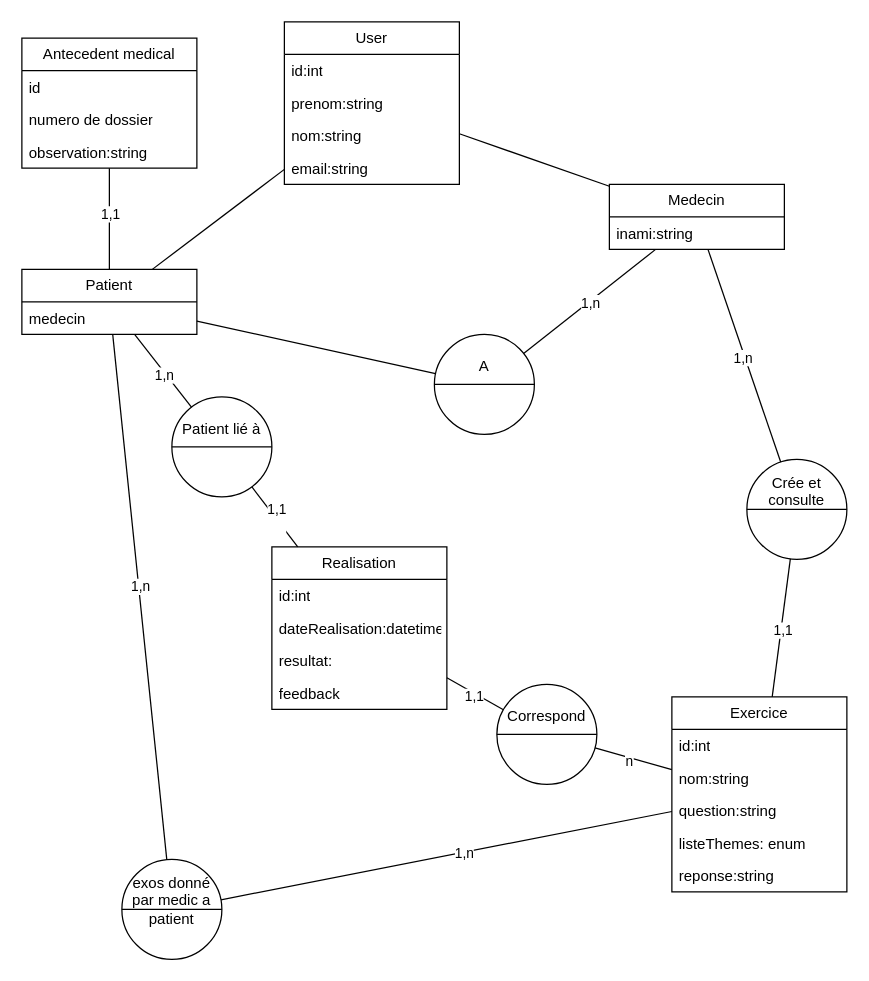
The draw.io diagram documentation/diagramProjetSymfonyDV.drawio in DoroLunatiqua/ProjetSymfonyDV, before the edit. Source tidied: cells renumbered, new cells numbered last; positions are measured from the earlier drawing's top-left corner, leaving out a move shared by most shapes. Both pictures are drawn from the tidied source at 125%, with x=0, y=0 at pixel (21, 21).
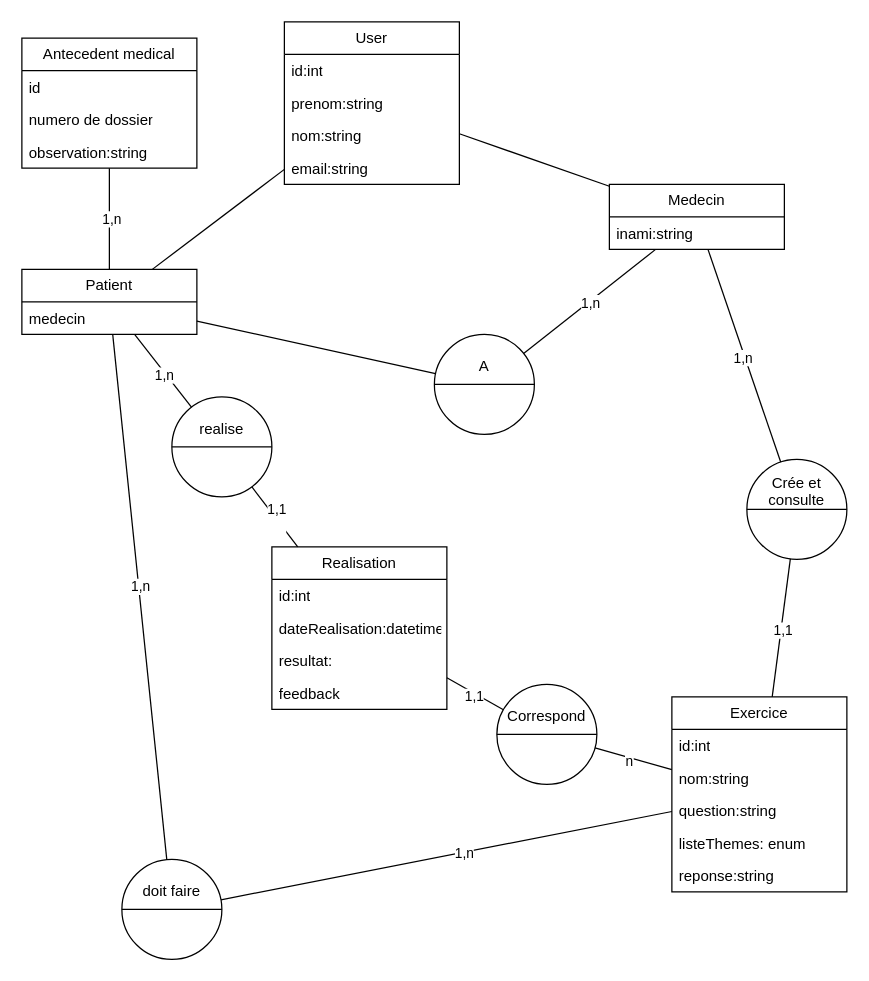
The same page after the edit.

Commit message (it also covers changes not shown here):
relation exercice et patient et fixtures

The change refers to these unchanged cells:
```xml
<mxCell id="35" value="Patient" style="swimlane;fontStyle=0;horizontal=1;startSize=26;fillColor=none;whiteSpace=wrap;html=1;" parent="1" vertex="1">
  <mxGeometry y="198" width="140" height="52" as="geometry" />
</mxCell>
<mxCell id="37" value="Antecedent medical" style="swimlane;fontStyle=0;horizontal=1;startSize=26;fillColor=none;whiteSpace=wrap;html=1;" parent="1" vertex="1">
  <mxGeometry y="13" width="140" height="104" as="geometry" />
</mxCell>
```

The edit, as a diff of the source:
```diff
@@
-    <mxCell id="18" value="Patient lié à&lt;div&gt;&lt;br&gt;&lt;/div&gt;&lt;div&gt;&lt;br&gt;&lt;/div&gt;" style="shape=lineEllipse;perimeter=ellipsePerimeter;whiteSpace=wrap;html=1;backgroundOutline=1;" parent="1" vertex="1">
+    <mxCell id="18" value="realise&lt;div&gt;&lt;br&gt;&lt;/div&gt;&lt;div&gt;&lt;br&gt;&lt;/div&gt;" style="shape=lineEllipse;perimeter=ellipsePerimeter;whiteSpace=wrap;html=1;backgroundOutline=1;" parent="1" vertex="1">
       <mxGeometry x="120" y="300" width="80" height="80" as="geometry" />
     </mxCell>
@@
-    <mxCell id="41" style="endArrow=none;html=1;rounded=0;" parent="1" edge="1" source="37" target="35">
-      <mxGeometry relative="1" as="geometry" />
-    </mxCell>
-    <mxCell id="42" value="1,1" style="edgeLabel;html=1;align=center;verticalAlign=middle;" parent="41" vertex="1">
-      <mxGeometry x="-0.12" relative="1" as="geometry" />
-    </mxCell>
@@
-    <mxCell id="51" value="&lt;div&gt;exos donné par medic a patient&lt;/div&gt;&lt;div&gt;&lt;br&gt;&lt;/div&gt;" style="shape=lineEllipse;perimeter=ellipsePerimeter;whiteSpace=wrap;html=1;backgroundOutline=1;" parent="1" vertex="1">
+    <mxCell id="51" value="&lt;div&gt;doit faire&lt;/div&gt;&lt;div&gt;&lt;br&gt;&lt;/div&gt;&lt;div&gt;&lt;br&gt;&lt;/div&gt;" style="shape=lineEllipse;perimeter=ellipsePerimeter;whiteSpace=wrap;html=1;backgroundOutline=1;" parent="1" vertex="1">
       <mxGeometry x="80" y="670" width="80" height="80" as="geometry" />
     </mxCell>
@@
+    <mxCell id="54" style="endArrow=none;html=1;rounded=0;" parent="1" edge="1" source="35" target="37">
+      <mxGeometry relative="1" as="geometry" />
+    </mxCell>
+    <mxCell id="55" value="1,n" style="edgeLabel;html=1;align=center;verticalAlign=middle;" parent="54" vertex="1">
+      <mxGeometry x="0.01" y="-1" relative="1" as="geometry" />
+    </mxCell>
```
